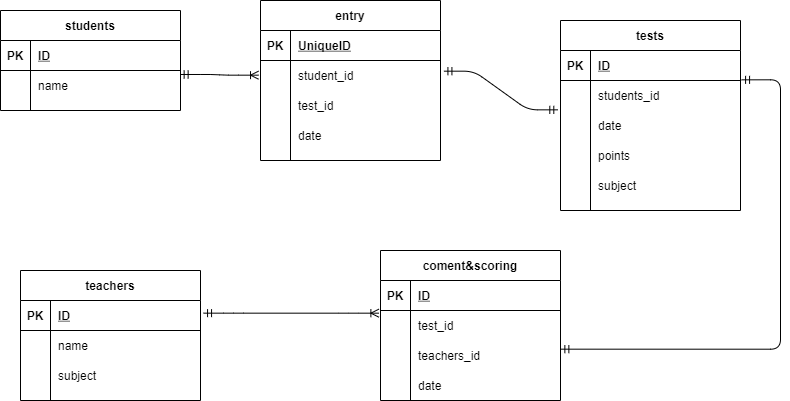
motojin889/Database keeps this draw.io diagram as index.drawio.png. Above is the earlier version. Source tidied: cells renumbered, new cells last; positions are measured from the earlier drawing's top-left corner, leaving out a move shared by most shapes.
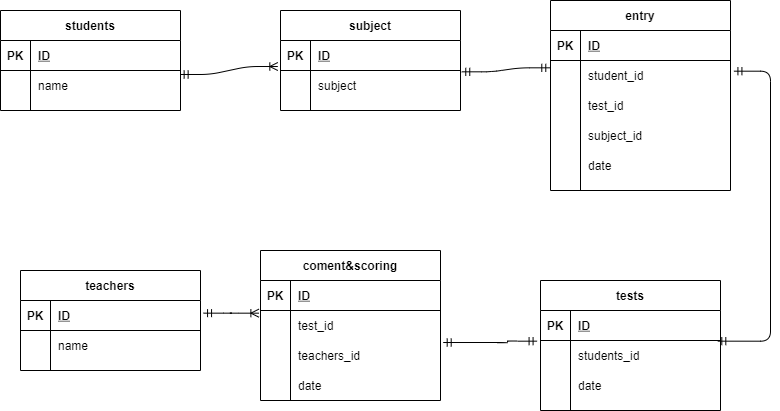
Later version of the same file.

Change to the diagram source:
```diff
@@ -24,7 +24,7 @@
       <mxGeometry x="30" width="150" height="30" as="geometry" />
     </mxCell>
     <mxCell id="9" value="teachers" style="shape=table;startSize=30;rowLines=0;fontStyle=1;align=center;" parent="1" vertex="1">
-      <mxGeometry x="20" y="270" width="180" height="130" as="geometry" />
+      <mxGeometry x="20" y="270" width="180" height="100" as="geometry" />
     </mxCell>
     <mxCell id="10" style="shape=partialRectangle;fillColor=none;top=0;left=0;bottom=1;right=0;points=[[0,0.5],[1,0.5]];portConstraint=eastwest;" parent="9" vertex="1">
       <mxGeometry y="30" width="180" height="30" as="geometry" />
@@ -44,17 +44,8 @@
     <mxCell id="15" value="name" style="shape=partialRectangle;fillColor=none;top=0;left=0;bottom=0;right=0;align=left;spacingLeft=6;overflow=hidden;" parent="13" vertex="1">
       <mxGeometry x="30" width="150" height="30" as="geometry" />
     </mxCell>
-    <mxCell id="16" style="shape=partialRectangle;fillColor=none;top=0;left=0;bottom=0;right=0;" parent="9" vertex="1">
-      <mxGeometry y="90" width="180" height="30" as="geometry" />
-    </mxCell>
-    <mxCell id="17" style="shape=partialRectangle;fillColor=none;top=0;left=0;bottom=0;right=0;overflow=hidden;" parent="16" vertex="1">
-      <mxGeometry width="30" height="30" as="geometry" />
-    </mxCell>
-    <mxCell id="18" value="subject" style="shape=partialRectangle;fillColor=none;top=0;left=0;bottom=0;right=0;align=left;spacingLeft=6;overflow=hidden;" parent="16" vertex="1">
-      <mxGeometry x="30" width="150" height="30" as="geometry" />
-    </mxCell>
     <mxCell id="19" value="coment&amp;scoring" style="shape=table;startSize=30;rowLines=0;fontStyle=1;align=center;" parent="1" vertex="1">
-      <mxGeometry x="380" y="250" width="180" height="150" as="geometry" />
+      <mxGeometry x="260" y="250" width="180" height="150" as="geometry" />
     </mxCell>
     <mxCell id="20" style="shape=partialRectangle;fillColor=none;top=0;left=0;bottom=1;right=0;" parent="19" vertex="1">
       <mxGeometry y="30" width="180" height="30" as="geometry" />
@@ -93,7 +84,7 @@
       <mxGeometry x="30" width="150" height="30" as="geometry" />
     </mxCell>
     <mxCell id="32" value="tests" style="shape=table;startSize=30;rowLines=0;fontStyle=1;align=center;" parent="1" vertex="1">
-      <mxGeometry x="560" y="20" width="180" height="190" as="geometry" />
+      <mxGeometry x="540" y="280" width="180" height="130" as="geometry" />
     </mxCell>
     <mxCell id="33" style="shape=partialRectangle;fillColor=none;top=0;left=0;bottom=1;right=0;" parent="32" vertex="1">
       <mxGeometry y="30" width="180" height="30" as="geometry" />
@@ -122,40 +113,22 @@
     <mxCell id="41" value="date" style="shape=partialRectangle;fillColor=none;top=0;left=0;bottom=0;right=0;align=left;spacingLeft=6;overflow=hidden;" parent="39" vertex="1">
       <mxGeometry x="30" width="150" height="30" as="geometry" />
     </mxCell>
-    <mxCell id="42" style="shape=partialRectangle;fillColor=none;top=0;left=0;bottom=0;right=0;" parent="32" vertex="1">
-      <mxGeometry y="120" width="180" height="30" as="geometry" />
-    </mxCell>
-    <mxCell id="43" style="shape=partialRectangle;fillColor=none;top=0;left=0;bottom=0;right=0;overflow=hidden;" parent="42" vertex="1">
-      <mxGeometry width="30" height="30" as="geometry" />
-    </mxCell>
-    <mxCell id="44" value="points" style="shape=partialRectangle;fillColor=none;top=0;left=0;bottom=0;right=0;align=left;spacingLeft=6;overflow=hidden;" parent="42" vertex="1">
-      <mxGeometry x="30" width="150" height="30" as="geometry" />
-    </mxCell>
-    <mxCell id="45" style="shape=partialRectangle;fillColor=none;top=0;left=0;bottom=0;right=0;" parent="32" vertex="1">
-      <mxGeometry y="150" width="180" height="30" as="geometry" />
-    </mxCell>
-    <mxCell id="46" style="shape=partialRectangle;fillColor=none;top=0;left=0;bottom=0;right=0;overflow=hidden;" parent="45" vertex="1">
-      <mxGeometry width="30" height="30" as="geometry" />
-    </mxCell>
-    <mxCell id="47" value="subject" style="shape=partialRectangle;fillColor=none;top=0;left=0;bottom=0;right=0;align=left;spacingLeft=6;overflow=hidden;" parent="45" vertex="1">
-      <mxGeometry x="30" width="150" height="30" as="geometry" />
-    </mxCell>
-    <mxCell id="48" style="edgeStyle=entityRelationEdgeStyle;fontSize=12;html=1;endArrow=ERoneToMany;startArrow=ERmandOne;exitX=0.998;exitY=0.133;exitDx=0;exitDy=0;exitPerimeter=0;entryX=-0.011;entryY=0.489;entryDx=0;entryDy=0;entryPerimeter=0;" parent="1" edge="1" source="6" target="55">
+    <mxCell id="48" style="edgeStyle=entityRelationEdgeStyle;fontSize=12;html=1;endArrow=ERoneToMany;startArrow=ERmandOne;exitX=0.998;exitY=0.133;exitDx=0;exitDy=0;exitPerimeter=0;entryX=-0.015;entryY=0.867;entryDx=0;entryDy=0;entryPerimeter=0;" parent="1" edge="1" source="6" target="68">
       <mxGeometry relative="1" as="geometry" />
     </mxCell>
     <mxCell id="49" style="edgeStyle=entityRelationEdgeStyle;fontSize=12;html=1;endArrow=ERoneToMany;startArrow=ERmandOne;exitX=1.017;exitY=0.422;exitDx=0;exitDy=0;exitPerimeter=0;entryX=-0.009;entryY=0.089;entryDx=0;entryDy=0;entryPerimeter=0;" parent="1" edge="1" source="10" target="23">
       <mxGeometry relative="1" as="geometry" />
     </mxCell>
-    <mxCell id="50" style="edgeStyle=orthogonalEdgeStyle;fontSize=12;html=1;endArrow=ERmandOne;startArrow=ERmandOne;exitX=1.002;exitY=0.289;exitDx=0;exitDy=0;exitPerimeter=0;entryX=1.006;entryY=-0.022;entryDx=0;entryDy=0;entryPerimeter=0;" parent="1" edge="1" source="26" target="36">
+    <mxCell id="50" style="edgeStyle=orthogonalEdgeStyle;fontSize=12;html=1;endArrow=ERmandOne;startArrow=ERmandOne;exitX=1.015;exitY=0.067;exitDx=0;exitDy=0;exitPerimeter=0;entryX=-0.019;entryY=0.022;entryDx=0;entryDy=0;entryPerimeter=0;" parent="1" edge="1" source="26" target="36">
       <mxGeometry relative="1" as="geometry">
         <Array as="points">
-          <mxPoint x="780" y="349" />
-          <mxPoint x="780" y="79" />
+          <mxPoint x="507" y="342" />
+          <mxPoint x="507" y="341" />
         </Array>
       </mxGeometry>
     </mxCell>
     <mxCell id="51" value="entry" style="shape=table;startSize=30;rowLines=0;fontStyle=1;align=center;" parent="1" vertex="1">
-      <mxGeometry x="260" width="180" height="160" as="geometry" />
+      <mxGeometry x="550" width="180" height="190" as="geometry" />
     </mxCell>
     <mxCell id="52" style="shape=partialRectangle;fillColor=none;top=0;left=0;bottom=1;right=0;" parent="51" vertex="1">
       <mxGeometry y="30" width="180" height="30" as="geometry" />
@@ -163,7 +136,7 @@
     <mxCell id="53" value="PK" style="shape=partialRectangle;fillColor=none;top=0;left=0;bottom=0;right=0;fontStyle=1;overflow=hidden;" parent="52" vertex="1">
       <mxGeometry width="30" height="30" as="geometry" />
     </mxCell>
-    <mxCell id="54" value="UniqueID" style="shape=partialRectangle;fillColor=none;top=0;left=0;bottom=0;right=0;align=left;spacingLeft=6;fontStyle=5;overflow=hidden;" parent="52" vertex="1">
+    <mxCell id="54" value="ID" style="shape=partialRectangle;fillColor=none;top=0;left=0;bottom=0;right=0;align=left;spacingLeft=6;fontStyle=5;overflow=hidden;" parent="52" vertex="1">
       <mxGeometry x="30" width="150" height="30" as="geometry" />
     </mxCell>
     <mxCell id="55" style="shape=partialRectangle;fillColor=none;top=0;left=0;bottom=0;right=0;points=[[0,0.5],[1,0.5]];portConstraint=eastwest;" parent="51" vertex="1">
@@ -184,8 +157,17 @@
     <mxCell id="60" value="test_id" style="shape=partialRectangle;fillColor=none;top=0;left=0;bottom=0;right=0;align=left;spacingLeft=6;overflow=hidden;" parent="58" vertex="1">
       <mxGeometry x="30" width="150" height="30" as="geometry" />
     </mxCell>
+    <mxCell id="42" style="shape=partialRectangle;fillColor=none;top=0;left=0;bottom=0;right=0;" parent="51" vertex="1">
+      <mxGeometry y="120" width="180" height="30" as="geometry" />
+    </mxCell>
+    <mxCell id="65" style="shape=partialRectangle;fillColor=none;top=0;left=0;bottom=0;right=0;overflow=hidden;" parent="42" vertex="1">
+      <mxGeometry width="30" height="30" as="geometry" />
+    </mxCell>
+    <mxCell id="66" value="subject_id" style="shape=partialRectangle;fillColor=none;top=0;left=0;bottom=0;right=0;align=left;spacingLeft=6;overflow=hidden;" parent="42" vertex="1">
+      <mxGeometry x="30" width="150" height="30" as="geometry" />
+    </mxCell>
     <mxCell id="61" style="shape=partialRectangle;fillColor=none;top=0;left=0;bottom=0;right=0;" parent="51" vertex="1">
-      <mxGeometry y="120" width="180" height="30" as="geometry" />
+      <mxGeometry y="150" width="180" height="30" as="geometry" />
     </mxCell>
     <mxCell id="62" style="shape=partialRectangle;fillColor=none;top=0;left=0;bottom=0;right=0;overflow=hidden;" parent="61" vertex="1">
       <mxGeometry width="30" height="30" as="geometry" />
@@ -193,8 +175,37 @@
     <mxCell id="63" value="date" style="shape=partialRectangle;fillColor=none;top=0;left=0;bottom=0;right=0;align=left;spacingLeft=6;overflow=hidden;" parent="61" vertex="1">
       <mxGeometry x="30" width="150" height="30" as="geometry" />
     </mxCell>
-    <mxCell id="64" style="edgeStyle=entityRelationEdgeStyle;fontSize=12;html=1;endArrow=ERmandOne;startArrow=ERmandOne;entryX=-0.015;entryY=-0.022;entryDx=0;entryDy=0;entryPerimeter=0;exitX=1.019;exitY=0.356;exitDx=0;exitDy=0;exitPerimeter=0;" parent="1" edge="1" source="55" target="39">
-      <mxGeometry relative="1" as="geometry" />
+    <mxCell id="64" style="edgeStyle=orthogonalEdgeStyle;fontSize=12;html=1;endArrow=ERmandOne;startArrow=ERmandOne;entryX=0.985;entryY=0.022;entryDx=0;entryDy=0;entryPerimeter=0;exitX=1.019;exitY=0.356;exitDx=0;exitDy=0;exitPerimeter=0;" parent="1" edge="1" source="55" target="36">
+      <mxGeometry relative="1" as="geometry">
+        <Array as="points">
+          <mxPoint x="770" y="71" />
+          <mxPoint x="770" y="341" />
+        </Array>
+      </mxGeometry>
     </mxCell>
+    <mxCell id="67" value="subject" style="shape=table;startSize=30;rowLines=0;fontStyle=1;align=center;" parent="1" vertex="1">
+      <mxGeometry x="280" y="10" width="180" height="100" as="geometry" />
+    </mxCell>
+    <mxCell id="68" style="shape=partialRectangle;fillColor=none;top=0;left=0;bottom=1;right=0;points=[[0,0.5],[1,0.5]];portConstraint=eastwest;" parent="67" vertex="1">
+      <mxGeometry y="30" width="180" height="30" as="geometry" />
+    </mxCell>
+    <mxCell id="69" value="PK" style="shape=partialRectangle;fillColor=none;top=0;left=0;bottom=0;right=0;fontStyle=1;overflow=hidden;" parent="68" vertex="1">
+      <mxGeometry width="30" height="30" as="geometry" />
+    </mxCell>
+    <mxCell id="70" value="ID" style="shape=partialRectangle;fillColor=none;top=0;left=0;bottom=0;right=0;align=left;spacingLeft=6;fontStyle=5;overflow=hidden;" parent="68" vertex="1">
+      <mxGeometry x="30" width="150" height="30" as="geometry" />
+    </mxCell>
+    <mxCell id="71" style="shape=partialRectangle;fillColor=none;top=0;left=0;bottom=0;right=0;points=[[0,0.5],[1,0.5]];portConstraint=eastwest;" parent="67" vertex="1">
+      <mxGeometry y="60" width="180" height="30" as="geometry" />
+    </mxCell>
+    <mxCell id="72" style="shape=partialRectangle;fillColor=none;top=0;left=0;bottom=0;right=0;overflow=hidden;" parent="71" vertex="1">
+      <mxGeometry width="30" height="30" as="geometry" />
+    </mxCell>
+    <mxCell id="73" value="subject" style="shape=partialRectangle;fillColor=none;top=0;left=0;bottom=0;right=0;align=left;spacingLeft=6;overflow=hidden;" parent="71" vertex="1">
+      <mxGeometry x="30" width="150" height="30" as="geometry" />
+    </mxCell>
+    <mxCell id="74" style="edgeStyle=entityRelationEdgeStyle;fontSize=12;html=1;endArrow=ERmandOne;startArrow=ERmandOne;entryX=-0.004;entryY=0.244;entryDx=0;entryDy=0;entryPerimeter=0;exitX=1.007;exitY=0.044;exitDx=0;exitDy=0;exitPerimeter=0;" parent="1" edge="1" source="71" target="55">
+      <mxGeometry relative="1" as="geometry" />
+    </mxCell>
   </root>
 </mxGraphModel>
```
